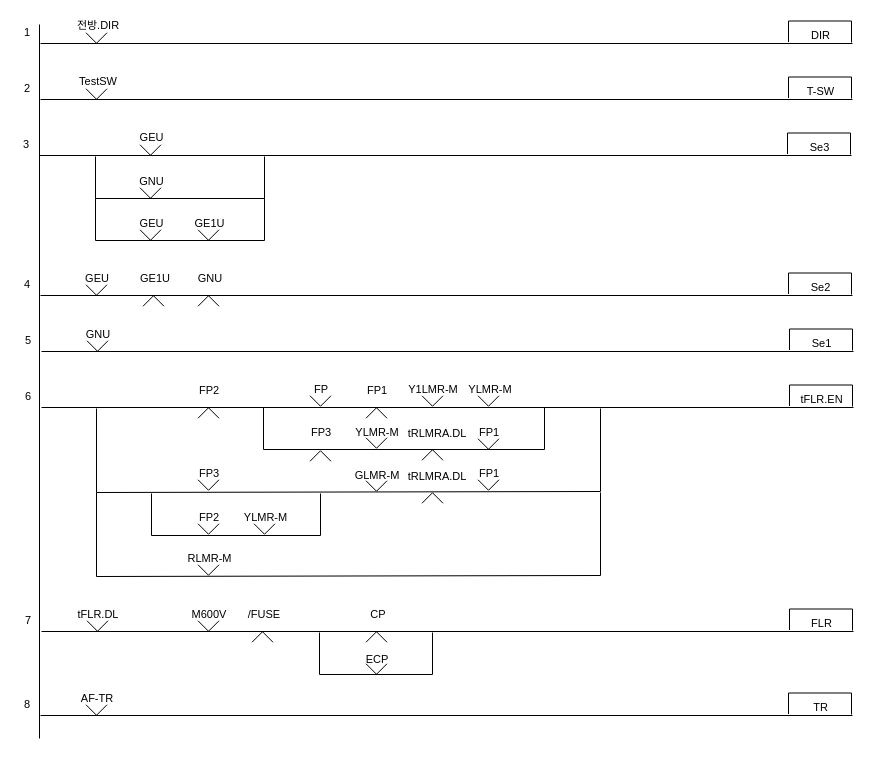
Above: page "통신제어(송신)_bak" (8 of 10) of Signal/Signal-Control-Logic.drawio in chillin2/MyDraw.io (draw.io), before the change. Source tidied: cells renumbered, new cells numbered last; positions are measured from the earlier drawing's top-left corner, leaving out a move shared by most shapes. Both pictures are drawn from the tidied source at 100%, with x=0, y=0 at pixel (17, 17).
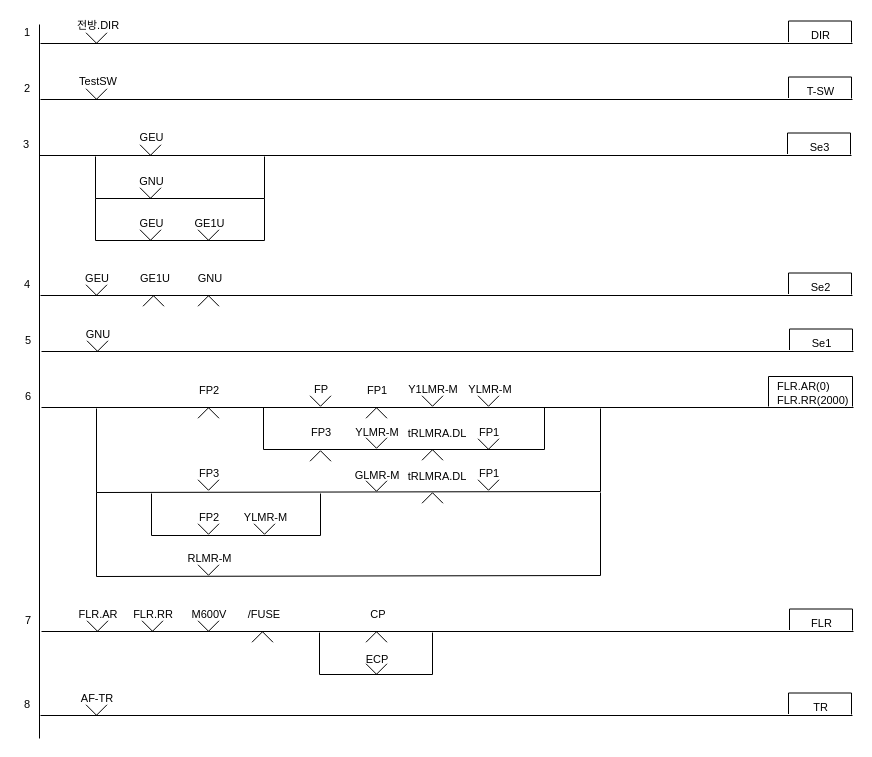
The same diagram, later.

Change to the diagram source:
```diff
@@
-    <mxCell id="47" value="tFLR.EN" style="text;html=1;strokeColor=none;fillColor=none;align=center;verticalAlign=middle;whiteSpace=wrap;rounded=0;fontFamily=Helvetica;fontSize=11;fontColor=default;" parent="1" vertex="1">
-      <mxGeometry x="781" y="375" width="47" height="13" as="geometry" />
-    </mxCell>
-    <mxCell id="48" style="endArrow=none;html=1;rounded=0;labelBackgroundColor=default;fontFamily=Helvetica;fontSize=11;fontColor=default;startSize=3;endSize=3;sourcePerimeterSpacing=0;strokeColor=default;shape=connector;jumpStyle=none;jumpSize=6;" parent="1" edge="1">
-      <mxGeometry relative="1" as="geometry">
-        <mxPoint x="772" y="388.5" as="sourcePoint" />
-        <mxPoint x="835" y="389" as="targetPoint" />
-        <Array as="points">
-          <mxPoint x="772" y="367.5" />
-          <mxPoint x="835" y="367.5" />
-        </Array>
-      </mxGeometry>
-    </mxCell>
@@
-    <mxCell id="86" value="tFLR.DL" style="text;html=1;strokeColor=none;fillColor=none;align=center;verticalAlign=middle;whiteSpace=wrap;rounded=0;fontFamily=Helvetica;fontSize=11;fontColor=default;" parent="1" vertex="1">
+    <mxCell id="86" value="FLR.AR" style="text;html=1;strokeColor=none;fillColor=none;align=center;verticalAlign=middle;whiteSpace=wrap;rounded=0;fontFamily=Helvetica;fontSize=11;fontColor=default;" parent="1" vertex="1">
       <mxGeometry x="61" y="589" width="40" height="15" as="geometry" />
     </mxCell>
@@
+    <mxCell id="106" value="FLR.AR(0)&lt;br&gt;FLR.RR(2000)" style="text;html=1;strokeColor=none;fillColor=none;align=left;verticalAlign=middle;whiteSpace=wrap;rounded=0;fontFamily=Helvetica;fontSize=11;fontColor=default;" parent="1" vertex="1">
+      <mxGeometry x="758" y="369" width="77" height="13" as="geometry" />
+    </mxCell>
+    <mxCell id="107" style="endArrow=none;html=1;rounded=0;labelBackgroundColor=default;fontFamily=Helvetica;fontSize=11;fontColor=default;startSize=3;endSize=3;sourcePerimeterSpacing=0;strokeColor=default;shape=connector;jumpStyle=none;jumpSize=6;" parent="1" edge="1">
+      <mxGeometry relative="1" as="geometry">
+        <mxPoint x="751" y="389" as="sourcePoint" />
+        <mxPoint x="835" y="389" as="targetPoint" />
+        <Array as="points">
+          <mxPoint x="751" y="359" />
+          <mxPoint x="835" y="359" />
+        </Array>
+      </mxGeometry>
+    </mxCell>
+    <mxCell id="108" value="FLR.RR" style="text;html=1;strokeColor=none;fillColor=none;align=center;verticalAlign=middle;whiteSpace=wrap;rounded=0;fontFamily=Helvetica;fontSize=11;fontColor=default;" parent="1" vertex="1">
+      <mxGeometry x="116" y="589" width="40" height="15" as="geometry" />
+    </mxCell>
+    <mxCell id="109" style="verticalLabelPosition=bottom;html=1;verticalAlign=top;align=center;shape=mxgraph.floorplan.windowBow;strokeWidth=1;fontSize=11;" parent="1" vertex="1">
+      <mxGeometry x="124.5" y="603" width="21" height="11" as="geometry" />
+    </mxCell>
```
